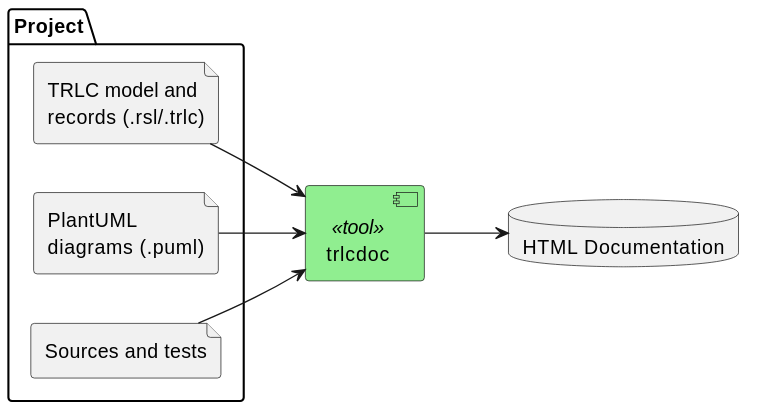
Above: overview.svg in nhjschulz/trlc-doc (PlantUML), before the change.
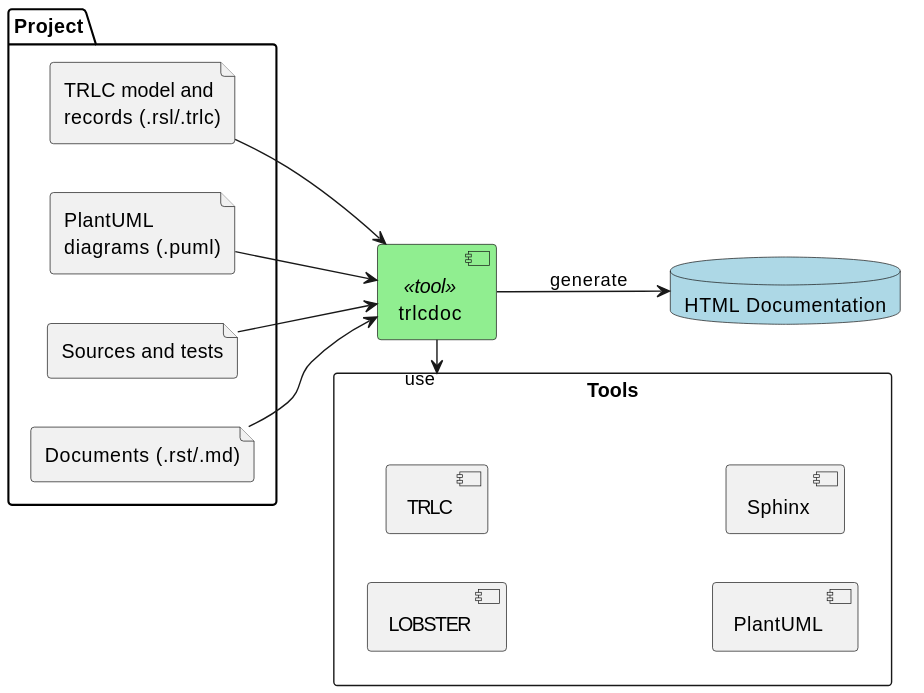
The same file after the commit.

What changed in the source:
```diff
@@ -7,20 +7,28 @@
     file "TRLC model and\nrecords (.rsl/.trlc)" as trlc
     file "PlantUML\ndiagrams (.puml)" as puml
     file "Sources and tests" as src
+    file "Documents (.rst/.md)" as doc
 }
 
+rectangle "Tools" {
+    component "LOBSTER"
+    component "TRLC"
+    component "PlantUML"
+    component "Sphinx"
+}
 [trlcdoc] as trlcdoc <<tool>> #lightgreen
 
 
 
-Database "HTML Documentation" as out {
+Database "HTML Documentation" as out #lightblue {
 }
 
 
 trlc --> trlcdoc
 puml --> trlcdoc
 src --> trlcdoc
+doc --> trlcdoc
 
-
-trlcdoc --> out
+trlcdoc -l--> Tools : use
+trlcdoc --> out :generate
 @enduml
```
